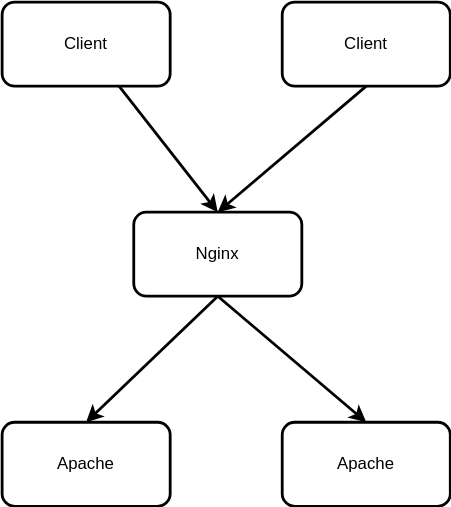
This is static/imgs/docker-cluster-main.svg from asksowhat/docker-cluster, a draw.io export, as it was before one commit. Source tidied: cells renumbered, new cells last; positions are measured from the earlier drawing's top-left corner, leaving out a move shared by most shapes.
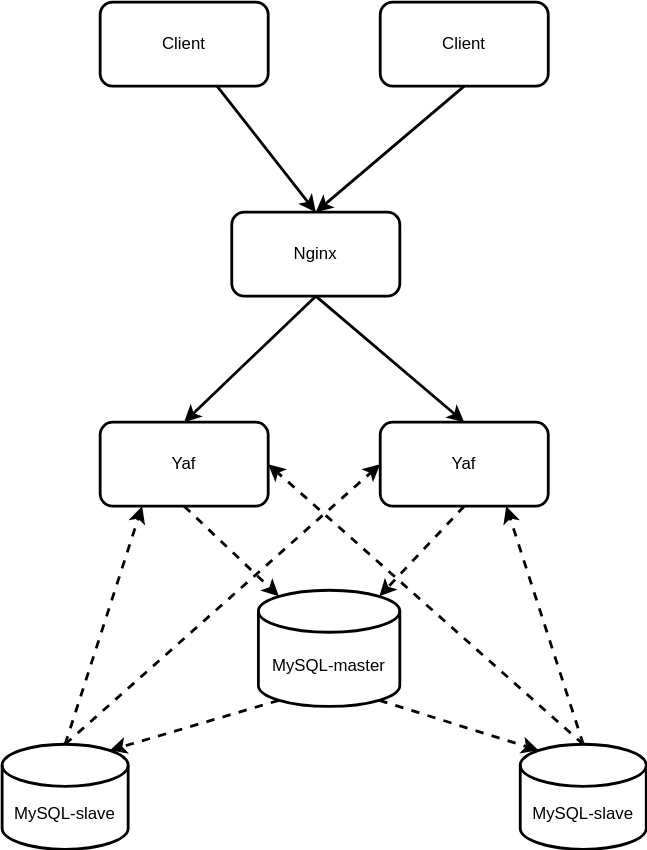
Later version of the same file.

Commit message:
add new dir node

What changed in the source:
```diff
@@ -11,10 +11,10 @@
     <mxCell id="4" value="Nginx" style="rounded=1;whiteSpace=wrap;html=1;strokeWidth=2;" parent="1" vertex="1">
       <mxGeometry x="94" y="150" width="120" height="60" as="geometry" />
     </mxCell>
-    <mxCell id="5" value="Apache" style="rounded=1;whiteSpace=wrap;html=1;strokeWidth=2;" parent="1" vertex="1">
+    <mxCell id="5" value="Yaf" style="rounded=1;whiteSpace=wrap;html=1;strokeWidth=2;" parent="1" vertex="1">
       <mxGeometry x="200" y="300" width="120" height="60" as="geometry" />
     </mxCell>
-    <mxCell id="6" value="Apache" style="rounded=1;whiteSpace=wrap;html=1;strokeWidth=2;" parent="1" vertex="1">
+    <mxCell id="6" value="Yaf" style="rounded=1;whiteSpace=wrap;html=1;strokeWidth=2;" parent="1" vertex="1">
       <mxGeometry y="300" width="120" height="60" as="geometry" />
     </mxCell>
     <mxCell id="7" style="endArrow=classic;html=1;entryX=0.5;entryY=0;entryDx=0;entryDy=0;strokeWidth=2;" parent="1" edge="1" source="2" target="4">
@@ -31,5 +31,38 @@
         <mxPoint x="60" y="300" as="targetPoint" />
       </mxGeometry>
     </mxCell>
+    <mxCell id="11" value="MySQL-slave" style="shape=cylinder3;whiteSpace=wrap;html=1;boundedLbl=1;backgroundOutline=1;size=15;strokeWidth=2;" parent="1" vertex="1">
+      <mxGeometry x="-70" y="530" width="90" height="75" as="geometry" />
+    </mxCell>
+    <mxCell id="12" value="MySQL-slave" style="shape=cylinder3;whiteSpace=wrap;html=1;boundedLbl=1;backgroundOutline=1;size=15;strokeWidth=2;" parent="1" vertex="1">
+      <mxGeometry x="300" y="530" width="90" height="75" as="geometry" />
+    </mxCell>
+    <mxCell id="13" style="endArrow=classic;html=1;strokeWidth=2;exitX=0.5;exitY=1;exitDx=0;exitDy=0;entryX=0.145;entryY=0;entryDx=0;entryDy=4.35;entryPerimeter=0;dashed=1;" parent="1" edge="1" source="6" target="16">
+      <mxGeometry relative="1" as="geometry" />
+    </mxCell>
+    <mxCell id="14" style="endArrow=classic;html=1;strokeWidth=2;exitX=0.5;exitY=1;exitDx=0;exitDy=0;entryX=0.855;entryY=0;entryDx=0;entryDy=4.35;entryPerimeter=0;dashed=1;" parent="1" edge="1" source="5" target="16">
+      <mxGeometry relative="1" as="geometry" />
+    </mxCell>
+    <mxCell id="15" style="endArrow=classic;html=1;strokeWidth=2;exitX=0.5;exitY=0;exitDx=0;exitDy=0;exitPerimeter=0;entryX=0.25;entryY=1;entryDx=0;entryDy=0;dashed=1;" parent="1" edge="1" source="11" target="6">
+      <mxGeometry relative="1" as="geometry" />
+    </mxCell>
+    <mxCell id="16" value="MySQL-master" style="shape=cylinder3;whiteSpace=wrap;html=1;boundedLbl=1;backgroundOutline=1;size=15;strokeWidth=2;" parent="1" vertex="1">
+      <mxGeometry x="113" y="420" width="101" height="83" as="geometry" />
+    </mxCell>
+    <mxCell id="17" style="endArrow=classic;html=1;strokeWidth=2;exitX=0.5;exitY=0;exitDx=0;exitDy=0;exitPerimeter=0;entryX=0.75;entryY=1;entryDx=0;entryDy=0;dashed=1;" parent="1" edge="1" source="12" target="5">
+      <mxGeometry relative="1" as="geometry" />
+    </mxCell>
+    <mxCell id="18" style="endArrow=classic;html=1;dashed=1;strokeWidth=2;exitX=0.145;exitY=1;exitDx=0;exitDy=-4.35;exitPerimeter=0;entryX=0.855;entryY=0;entryDx=0;entryDy=4.35;entryPerimeter=0;" parent="1" edge="1" source="16" target="11">
+      <mxGeometry relative="1" as="geometry" />
+    </mxCell>
+    <mxCell id="19" style="endArrow=classic;html=1;dashed=1;strokeWidth=2;exitX=0.855;exitY=1;exitDx=0;exitDy=-4.35;exitPerimeter=0;entryX=0.145;entryY=0;entryDx=0;entryDy=4.35;entryPerimeter=0;" parent="1" edge="1" source="16" target="12">
+      <mxGeometry relative="1" as="geometry" />
+    </mxCell>
+    <mxCell id="20" style="endArrow=classic;html=1;dashed=1;strokeWidth=2;entryX=0;entryY=0.5;entryDx=0;entryDy=0;exitX=0.5;exitY=0;exitDx=0;exitDy=0;exitPerimeter=0;" parent="1" edge="1" source="11" target="5">
+      <mxGeometry relative="1" as="geometry" />
+    </mxCell>
+    <mxCell id="21" style="endArrow=classic;html=1;dashed=1;strokeWidth=2;exitX=0.5;exitY=0;exitDx=0;exitDy=0;exitPerimeter=0;entryX=1;entryY=0.5;entryDx=0;entryDy=0;" parent="1" edge="1" source="12" target="6">
+      <mxGeometry relative="1" as="geometry" />
+    </mxCell>
   </root>
 </mxGraphModel>
```
